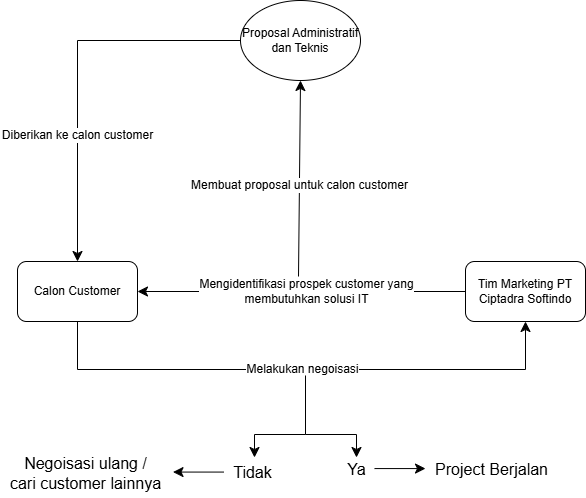
Before: manpro.png, a diagram exported from draw.io (anthef/anthef). Source tidied: cells renumbered, new cells last; positions are measured from the earlier drawing's top-left corner, leaving out a move shared by most shapes. Its diagram source:
```xml
<mxGraphModel>
  <root>
    <mxCell id="0" />
    <mxCell id="1" parent="0" />
    <mxCell id="2" style="edgeStyle=orthogonalEdgeStyle;rounded=0;jettySize=auto;html=1;exitX=0;exitY=0.5;exitDx=0;exitDy=0;entryX=0.5;entryY=0;entryDx=0;entryDy=0;fontSize=12;startSize=8;endSize=8;" parent="1" edge="1" source="4" target="7">
      <mxGeometry relative="1" as="geometry" />
    </mxCell>
    <mxCell id="3" value="Diberikan ke calon customer" style="edgeLabel;html=1;align=center;verticalAlign=middle;fontSize=12;" parent="2" vertex="1">
      <mxGeometry x="0.34" y="-1" relative="1" as="geometry" />
    </mxCell>
    <mxCell id="4" value="Proposal Administratif dan Teknis" style="ellipse;whiteSpace=wrap;html=1;" parent="1" vertex="1">
      <mxGeometry x="240" width="120" height="80" as="geometry" />
    </mxCell>
    <mxCell id="5" style="edgeStyle=orthogonalEdgeStyle;rounded=0;jettySize=auto;html=1;exitX=0.5;exitY=1;exitDx=0;exitDy=0;entryX=0.5;entryY=1;entryDx=0;entryDy=0;fontSize=12;startSize=8;endSize=8;" parent="1" edge="1" source="7" target="10">
      <mxGeometry relative="1" as="geometry">
        <Array as="points">
          <mxPoint x="77" y="369" />
          <mxPoint x="525" y="369" />
        </Array>
      </mxGeometry>
    </mxCell>
    <mxCell id="6" value="Melakukan negoisasi" style="edgeLabel;html=1;align=center;verticalAlign=middle;fontSize=12;" parent="5" vertex="1">
      <mxGeometry y="1" relative="1" as="geometry" />
    </mxCell>
    <mxCell id="7" value="Calon Customer" style="rounded=1;whiteSpace=wrap;html=1;" parent="1" vertex="1">
      <mxGeometry x="17" y="261" width="120" height="60" as="geometry" />
    </mxCell>
    <mxCell id="8" style="edgeStyle=none;curved=1;rounded=0;jettySize=auto;html=1;exitX=0;exitY=0.5;exitDx=0;exitDy=0;entryX=1;entryY=0.5;entryDx=0;entryDy=0;fontSize=12;startSize=8;endSize=8;" parent="1" edge="1" source="10" target="7">
      <mxGeometry relative="1" as="geometry" />
    </mxCell>
    <mxCell id="9" value="Mengidentifikasi prospek customer yang&lt;div&gt;membutuhkan solusi IT&lt;/div&gt;" style="edgeLabel;html=1;align=center;verticalAlign=middle;fontSize=12;" parent="8" vertex="1">
      <mxGeometry x="-0.02" y="-1" relative="1" as="geometry" />
    </mxCell>
    <mxCell id="10" value="Tim Marketing PT Ciptadra Softindo" style="rounded=1;whiteSpace=wrap;html=1;" parent="1" vertex="1">
      <mxGeometry x="465" y="261" width="120" height="60" as="geometry" />
    </mxCell>
    <mxCell id="11" style="endArrow=classic;html=1;rounded=0;fontSize=12;startSize=8;endSize=8;curved=1;entryX=0.5;entryY=1;entryDx=0;entryDy=0;endFill=1;" parent="1" edge="1" target="4">
      <mxGeometry relative="1" as="geometry">
        <mxPoint x="298" y="276" as="sourcePoint" />
      </mxGeometry>
    </mxCell>
    <mxCell id="12" value="Membuat proposal untuk calon customer" style="edgeLabel;html=1;align=center;verticalAlign=middle;fontSize=12;" parent="11" vertex="1">
      <mxGeometry x="-0.06" relative="1" as="geometry" />
    </mxCell>
    <mxCell id="13" style="endArrow=none;html=1;rounded=0;fontSize=12;startSize=8;endSize=8;curved=1;" parent="1" edge="1">
      <mxGeometry relative="1" as="geometry">
        <mxPoint x="305" y="434" as="sourcePoint" />
        <mxPoint x="305" y="375" as="targetPoint" />
      </mxGeometry>
    </mxCell>
    <mxCell id="14" style="endArrow=none;html=1;rounded=0;fontSize=12;startSize=8;endSize=8;curved=1;" parent="1" edge="1">
      <mxGeometry relative="1" as="geometry">
        <mxPoint x="254" y="434" as="sourcePoint" />
        <mxPoint x="305" y="434" as="targetPoint" />
      </mxGeometry>
    </mxCell>
    <mxCell id="15" style="endArrow=none;html=1;rounded=0;fontSize=12;startSize=8;endSize=8;curved=1;" parent="1" edge="1">
      <mxGeometry relative="1" as="geometry">
        <mxPoint x="305" y="434" as="sourcePoint" />
        <mxPoint x="356" y="434" as="targetPoint" />
      </mxGeometry>
    </mxCell>
    <mxCell id="16" style="endArrow=none;html=1;rounded=0;fontSize=12;startSize=8;endSize=8;curved=1;startArrow=classic;startFill=1;" parent="1" edge="1">
      <mxGeometry relative="1" as="geometry">
        <mxPoint x="254" y="457" as="sourcePoint" />
        <mxPoint x="254" y="434" as="targetPoint" />
      </mxGeometry>
    </mxCell>
    <mxCell id="17" style="endArrow=classic;html=1;rounded=0;fontSize=12;startSize=8;endSize=8;curved=1;endFill=1;" parent="1" edge="1">
      <mxGeometry relative="1" as="geometry">
        <mxPoint x="356" y="434" as="sourcePoint" />
        <mxPoint x="356" y="457" as="targetPoint" />
      </mxGeometry>
    </mxCell>
    <mxCell id="18" value="Ya" style="text;html=1;align=center;verticalAlign=middle;strokeColor=none;fillColor=none;fontSize=16;" parent="1" vertex="1">
      <mxGeometry x="338" y="453" width="36" height="31" as="geometry" />
    </mxCell>
    <mxCell id="19" value="Tidak" style="text;html=1;align=center;verticalAlign=middle;strokeColor=none;fillColor=none;fontSize=16;" parent="1" vertex="1">
      <mxGeometry x="223.5" y="456.5" width="57" height="31" as="geometry" />
    </mxCell>
    <mxCell id="20" style="endArrow=classic;html=1;rounded=0;fontSize=12;startSize=8;endSize=8;curved=1;endFill=1;" parent="1" edge="1">
      <mxGeometry relative="1" as="geometry">
        <mxPoint x="374" y="468.1" as="sourcePoint" />
        <mxPoint x="425" y="468.1" as="targetPoint" />
      </mxGeometry>
    </mxCell>
    <mxCell id="21" style="endArrow=classic;html=1;rounded=0;fontSize=12;startSize=8;endSize=8;curved=1;endFill=1;" parent="1" edge="1">
      <mxGeometry relative="1" as="geometry">
        <mxPoint x="223.5" y="471.6" as="sourcePoint" />
        <mxPoint x="172.5" y="471.6" as="targetPoint" />
      </mxGeometry>
    </mxCell>
    <mxCell id="22" value="Project Berjalan" style="text;html=1;align=center;verticalAlign=middle;strokeColor=none;fillColor=none;fontSize=16;" parent="1" vertex="1">
      <mxGeometry x="425" y="453" width="131" height="31" as="geometry" />
    </mxCell>
    <mxCell id="23" value="Negoisasi ulang /&lt;div&gt;cari customer lainnya&lt;/div&gt;" style="text;html=1;align=center;verticalAlign=middle;strokeColor=none;fillColor=none;fontSize=16;" parent="1" vertex="1">
      <mxGeometry y="447.5" width="169" height="50" as="geometry" />
    </mxCell>
  </root>
</mxGraphModel>
```
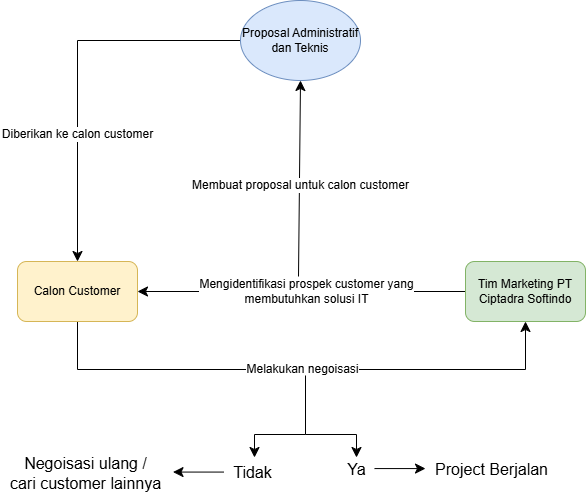
Later version of the same file.

Diff of the diagram source:
```diff
@@ -8,7 +8,7 @@
     <mxCell id="3" value="Diberikan ke calon customer" style="edgeLabel;html=1;align=center;verticalAlign=middle;fontSize=12;" parent="2" vertex="1">
       <mxGeometry x="0.34" y="-1" relative="1" as="geometry" />
     </mxCell>
-    <mxCell id="4" value="Proposal Administratif dan Teknis" style="ellipse;whiteSpace=wrap;html=1;" parent="1" vertex="1">
+    <mxCell id="4" value="Proposal Administratif dan Teknis" style="ellipse;whiteSpace=wrap;html=1;fillColor=#dae8fc;strokeColor=#6c8ebf;" parent="1" vertex="1">
       <mxGeometry x="240" width="120" height="80" as="geometry" />
     </mxCell>
     <mxCell id="5" style="edgeStyle=orthogonalEdgeStyle;rounded=0;jettySize=auto;html=1;exitX=0.5;exitY=1;exitDx=0;exitDy=0;entryX=0.5;entryY=1;entryDx=0;entryDy=0;fontSize=12;startSize=8;endSize=8;" parent="1" edge="1" source="7" target="10">
@@ -22,7 +22,7 @@
     <mxCell id="6" value="Melakukan negoisasi" style="edgeLabel;html=1;align=center;verticalAlign=middle;fontSize=12;" parent="5" vertex="1">
       <mxGeometry y="1" relative="1" as="geometry" />
     </mxCell>
-    <mxCell id="7" value="Calon Customer" style="rounded=1;whiteSpace=wrap;html=1;" parent="1" vertex="1">
+    <mxCell id="7" value="Calon Customer" style="rounded=1;whiteSpace=wrap;html=1;fillColor=#fff2cc;strokeColor=#d6b656;" parent="1" vertex="1">
       <mxGeometry x="17" y="261" width="120" height="60" as="geometry" />
     </mxCell>
     <mxCell id="8" style="edgeStyle=none;curved=1;rounded=0;jettySize=auto;html=1;exitX=0;exitY=0.5;exitDx=0;exitDy=0;entryX=1;entryY=0.5;entryDx=0;entryDy=0;fontSize=12;startSize=8;endSize=8;" parent="1" edge="1" source="10" target="7">
@@ -31,7 +31,7 @@
     <mxCell id="9" value="Mengidentifikasi prospek customer yang&lt;div&gt;membutuhkan solusi IT&lt;/div&gt;" style="edgeLabel;html=1;align=center;verticalAlign=middle;fontSize=12;" parent="8" vertex="1">
       <mxGeometry x="-0.02" y="-1" relative="1" as="geometry" />
     </mxCell>
-    <mxCell id="10" value="Tim Marketing PT Ciptadra Softindo" style="rounded=1;whiteSpace=wrap;html=1;" parent="1" vertex="1">
+    <mxCell id="10" value="Tim Marketing PT Ciptadra Softindo" style="rounded=1;whiteSpace=wrap;html=1;fillColor=#d5e8d4;strokeColor=#82b366;" parent="1" vertex="1">
       <mxGeometry x="465" y="261" width="120" height="60" as="geometry" />
     </mxCell>
     <mxCell id="11" style="endArrow=classic;html=1;rounded=0;fontSize=12;startSize=8;endSize=8;curved=1;entryX=0.5;entryY=1;entryDx=0;entryDy=0;endFill=1;" parent="1" edge="1" target="4">
```
